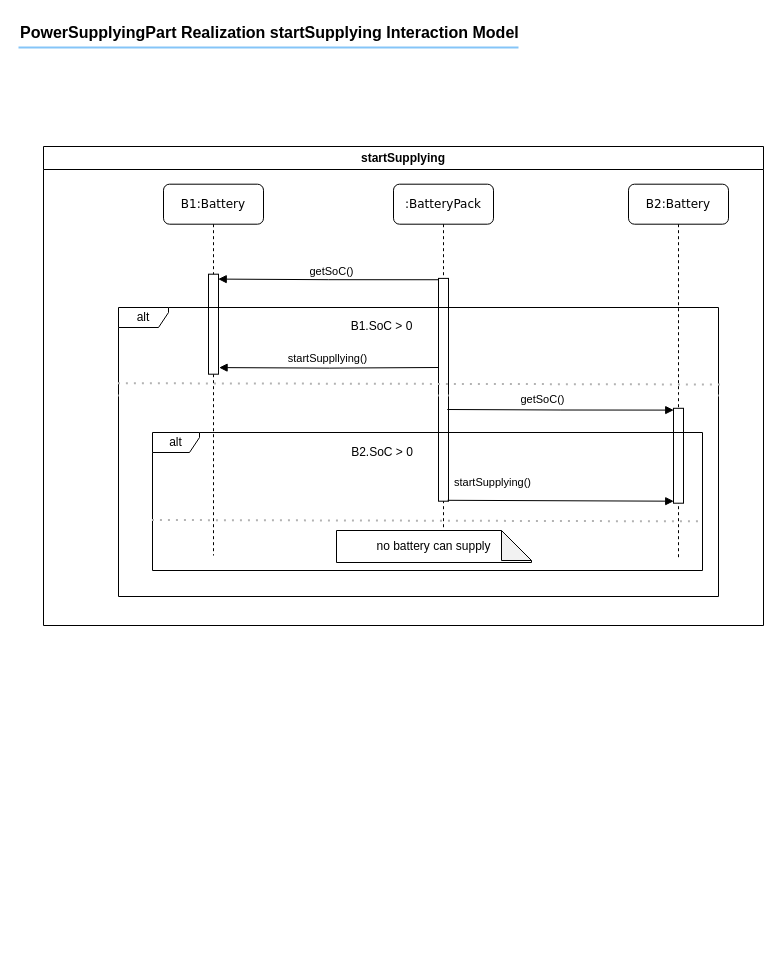
This is version/4/KobrA_Realization-Interaction-Model_PowerSupplyingParty-startSupplying.drawio from Mohammad-Si/convide-A02-MVE, a draw.io file, before an edit. Source tidied: cells renumbered, new cells numbered last; positions are measured from the earlier drawing's top-left corner, leaving out a move shared by most shapes. Both pictures are drawn from the tidied source at 100%, with x=0, y=0 at pixel (18, 17).
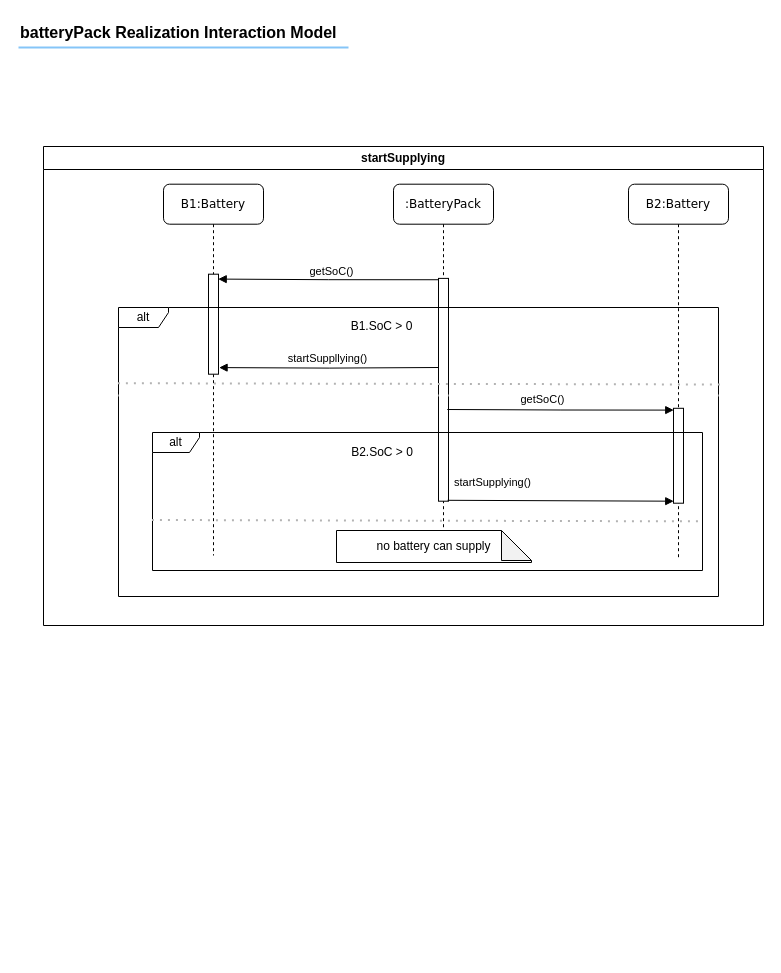
Above is the later version.

What changed in the source:
```diff
@@
-    <mxCell id="22" value="&lt;b&gt;PowerSupplyingPart Realization startSupplying Interaction Model&lt;/b&gt;" style="text;fontSize=16;verticalAlign=middle;strokeColor=none;fillColor=none;whiteSpace=wrap;html=1;" parent="1" vertex="1">
+    <mxCell id="22" value="&lt;b&gt;batteryPack Realization Interaction Model&lt;/b&gt;" style="text;fontSize=16;verticalAlign=middle;strokeColor=none;fillColor=none;whiteSpace=wrap;html=1;" parent="1" vertex="1">
       <mxGeometry width="510" height="30" as="geometry" />
     </mxCell>
     <mxCell id="23" style="dashed=0;shape=line;strokeWidth=2;noLabel=1;strokeColor=#0C8CF2;opacity=50;" parent="1" vertex="1">
-      <mxGeometry y="25" width="500" height="10" as="geometry" />
+      <mxGeometry y="25" width="330" height="10" as="geometry" />
     </mxCell>
```
